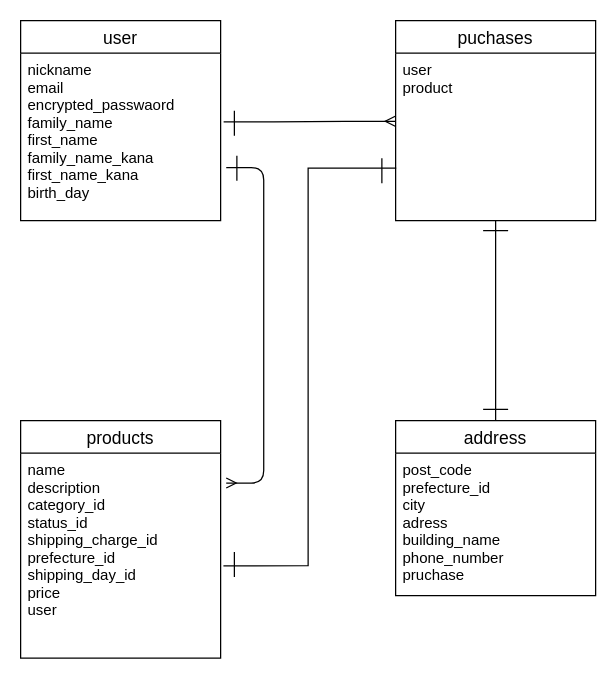
Above: firima.dio in Kawase-Ryo/furima-38243 (draw.io), before the change. Source tidied: cells renumbered, new cells numbered last; positions are measured from the earlier drawing's top-left corner, leaving out a move shared by most shapes. Both pictures are drawn from the tidied source at 125%, with x=0, y=0 at pixel (20, 20).
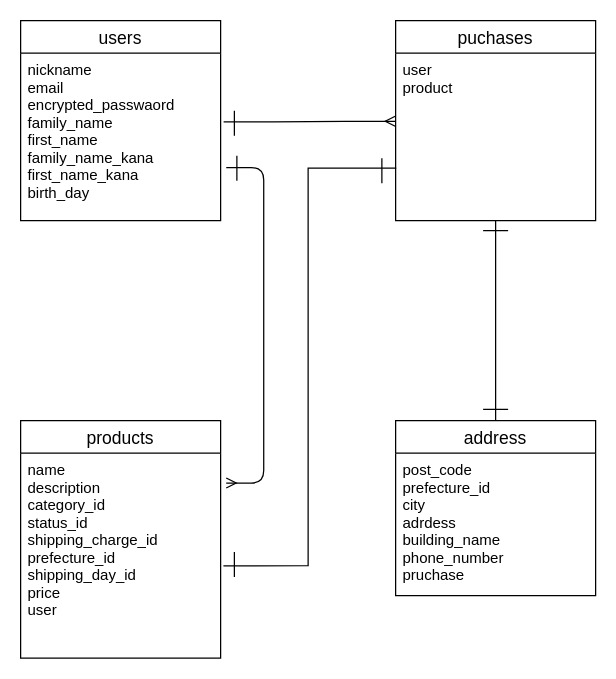
The same page after the edit.

Commit message (it also covers changes not shown here):
データベース設計-20

The change refers to these unchanged cells:
```xml
<mxCell id="8" value="address" style="swimlane;fontStyle=0;horizontal=1;startSize=26;align=center;fontSize=14;" parent="1" vertex="1">
  <mxGeometry x="300" y="320" width="160" height="140" as="geometry" />
</mxCell>
```

What changed in the source:
```diff
@@
-    <mxCell id="2" value="user" style="swimlane;fontStyle=0;horizontal=1;startSize=26;align=center;fontSize=14;" parent="1" vertex="1">
+    <mxCell id="2" value="users" style="swimlane;fontStyle=0;horizontal=1;startSize=26;align=center;fontSize=14;" parent="1" vertex="1">
       <mxGeometry width="160" height="160" as="geometry" />
     </mxCell>
@@
-    <mxCell id="9" value="post_code&#10;prefecture_id&#10;city&#10;adress&#10;building_name&#10;phone_number&#10;pruchase" style="text;strokeColor=none;fillColor=none;spacingLeft=4;spacingRight=4;overflow=hidden;fontSize=12;" parent="8" vertex="1">
+    <mxCell id="9" value="post_code&#10;prefecture_id&#10;city&#10;adrdess&#10;building_name&#10;phone_number&#10;pruchase" style="text;strokeColor=none;fillColor=none;spacingLeft=4;spacingRight=4;overflow=hidden;fontSize=12;" parent="8" vertex="1">
       <mxGeometry y="26" width="160" height="114" as="geometry" />
     </mxCell>
```
